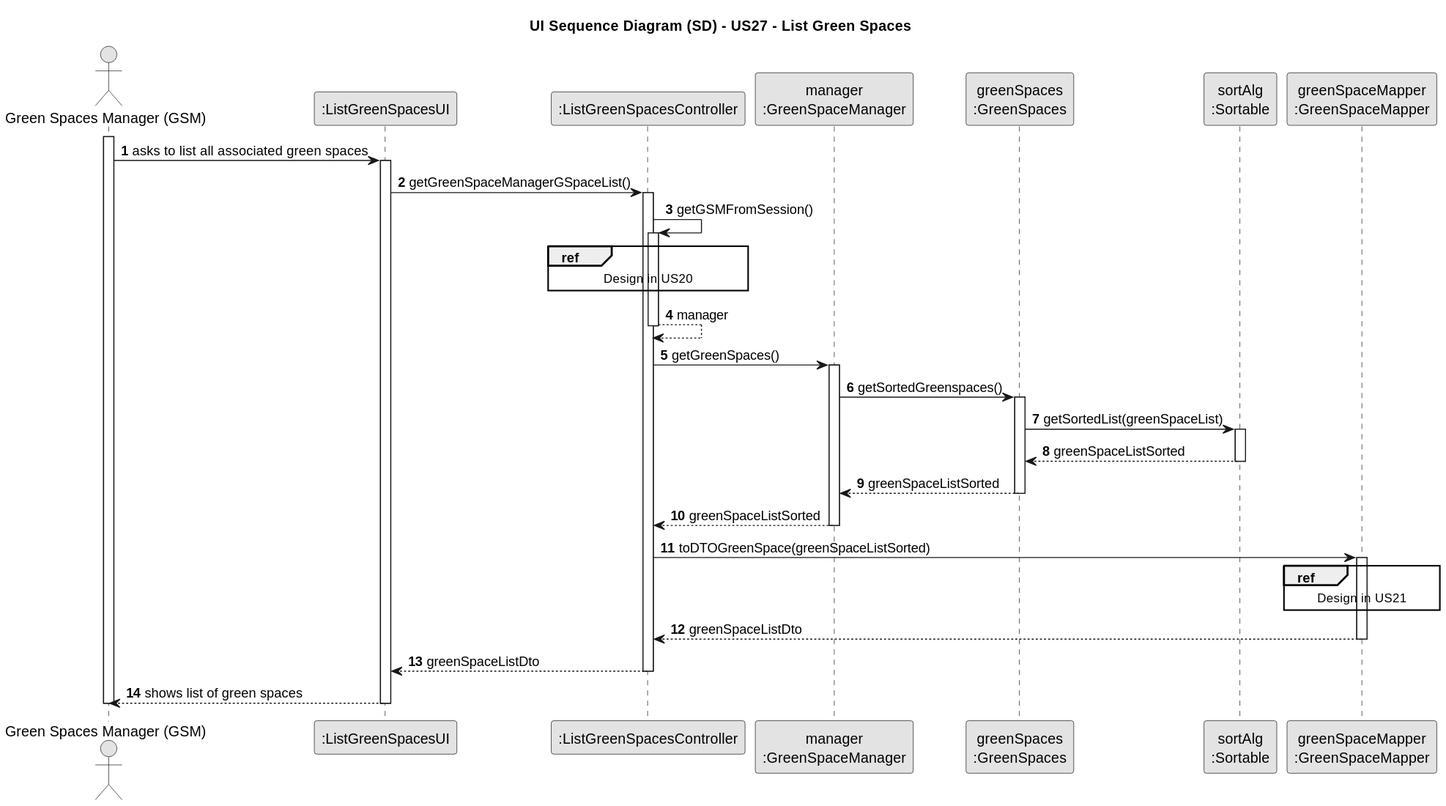
Earlier version of the PlantUML export docs/sprint3/us27/03.design/svg/us27-sequence-diagram.svg (Departamento-de-Engenharia-Informatica/lei-24-s2-1db-g022).
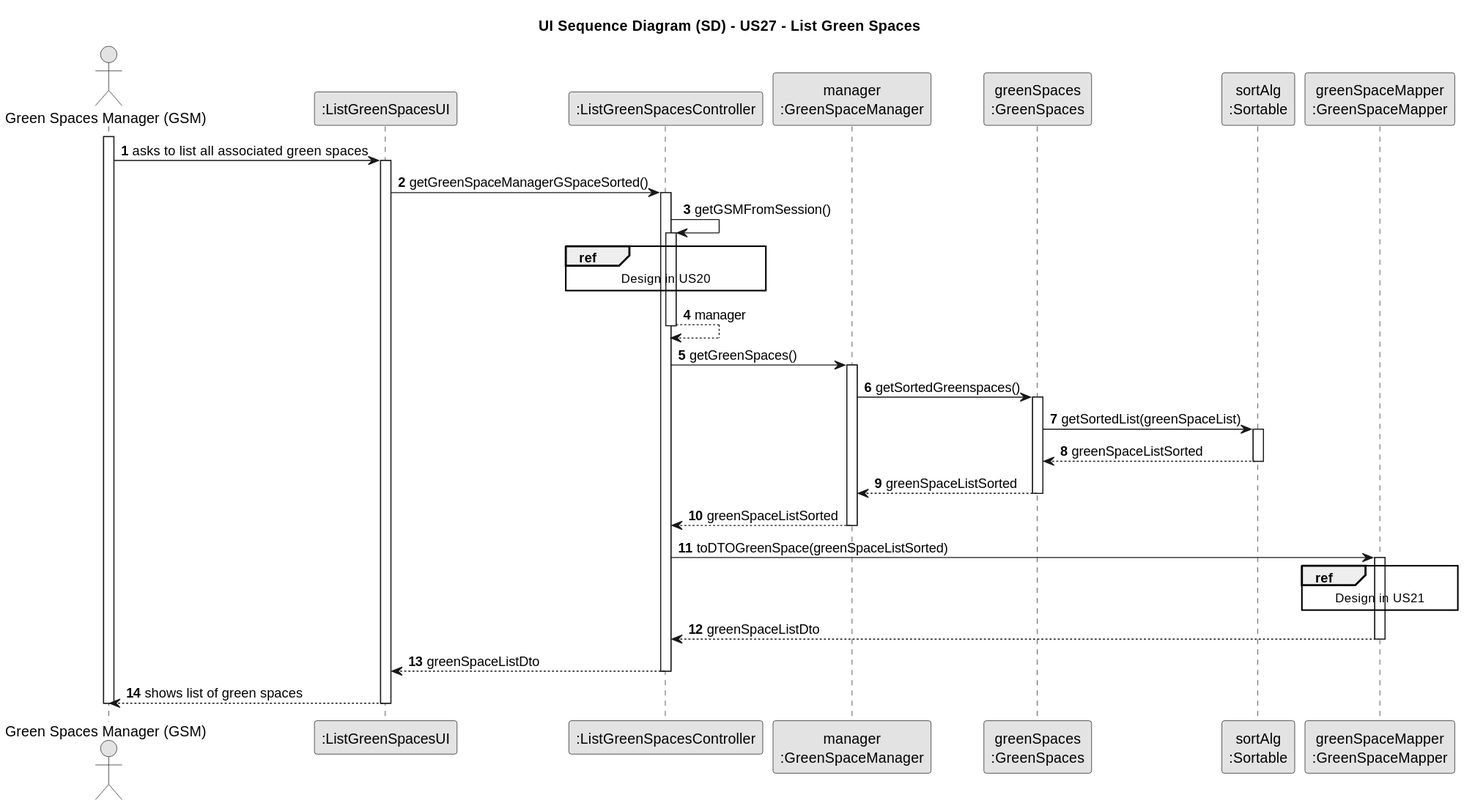
Later version of the same file.

Diff of the diagram source:
```diff
@@ -20,7 +20,7 @@
         GSM -> UI : asks to list all associated green spaces
     activate UI
 
-        UI -> CTRL : getGreenSpaceManagerGSpaceList()
+        UI -> CTRL : getGreenSpaceManagerGSpaceSorted()
     activate CTRL
 
         CTRL -> CTRL : getGSMFromSession()
```
